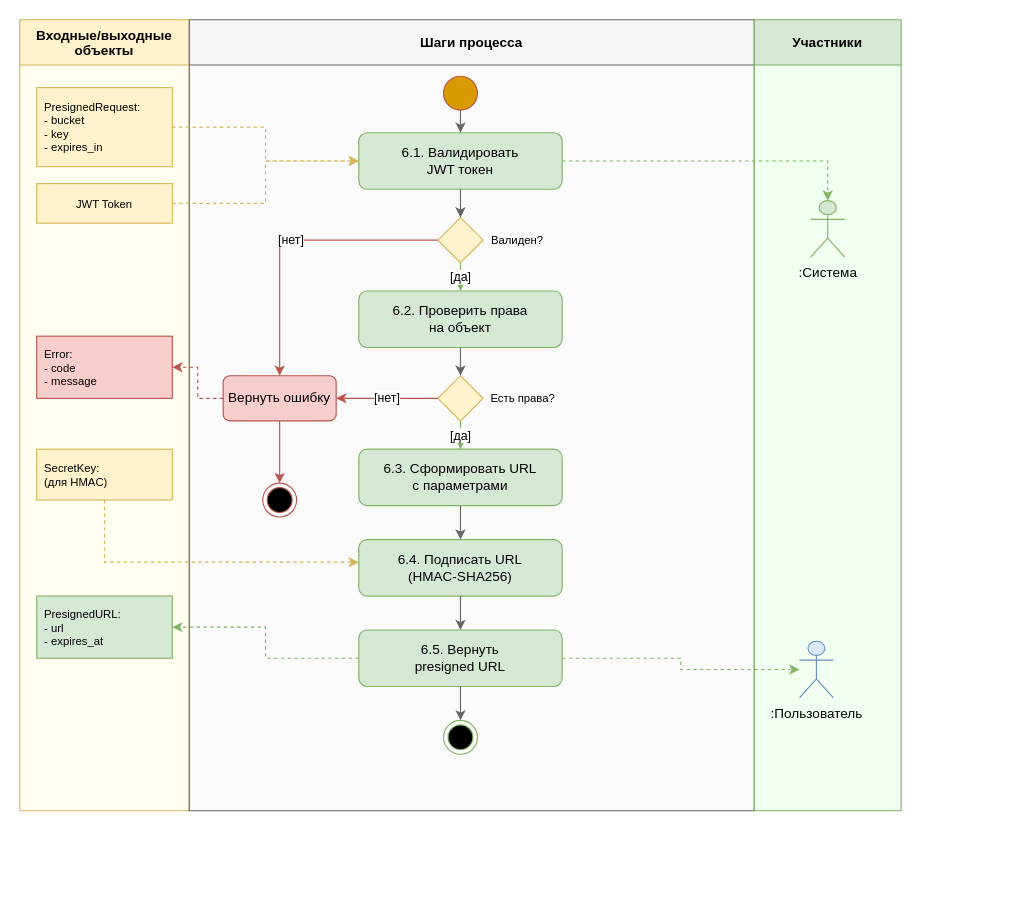
This is docs/uml/drawio/activity-tobe-06-presigned.drawio from Nice0Man/object-storage, a draw.io file, before an edit. Source tidied: cells renumbered, new cells numbered last; positions are measured from the earlier drawing's top-left corner, leaving out a move shared by most shapes. Both pictures are drawn from the tidied source at 113%, with x=0, y=0 at pixel (19, 19).
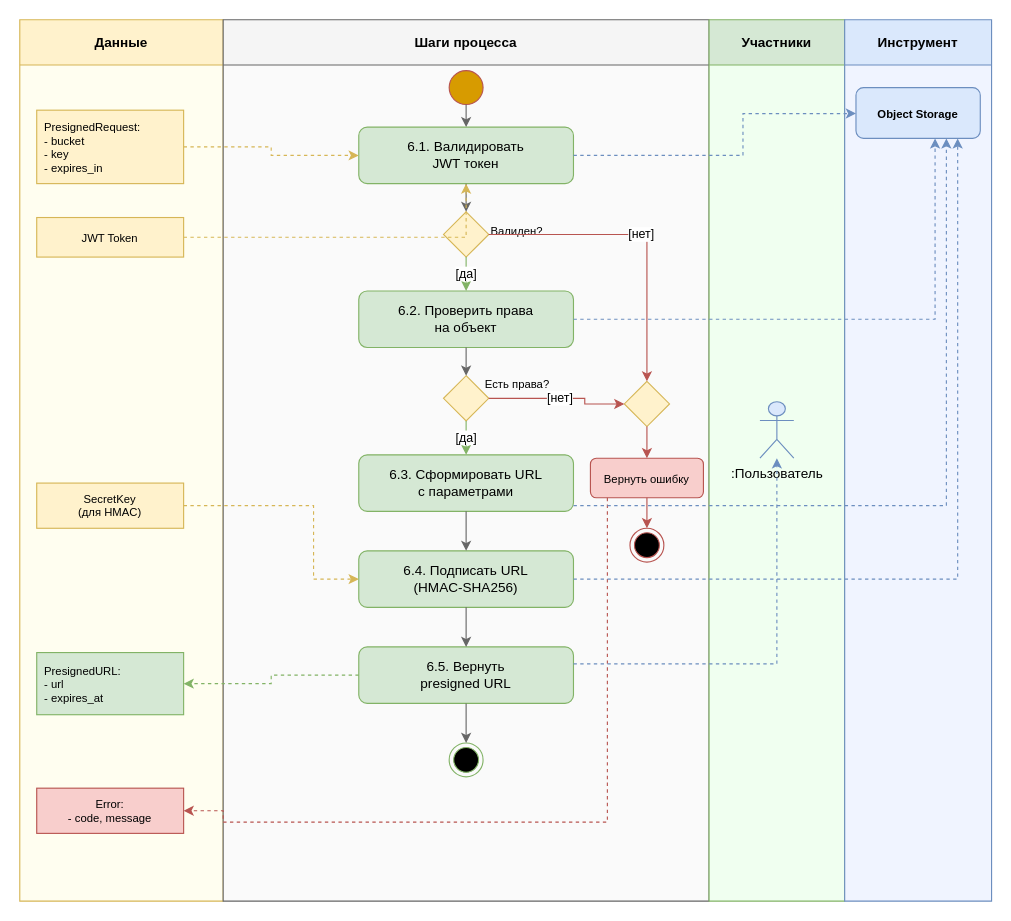
The same page after the edit.

Diff of the diagram source:
```diff
@@
-    <mxCell id="2" value="Входные/выходные&#10;объекты" style="swimlane;startSize=40;horizontal=1;fillColor=#fff2cc;strokeColor=#d6b656;fontStyle=1;swimlaneFillColor=#fffef0;" parent="1" vertex="1">
-      <mxGeometry width="150" height="700" as="geometry" />
+    <mxCell id="2" value="Данные" style="swimlane;startSize=40;horizontal=1;fillColor=#fff2cc;strokeColor=#d6b656;fontStyle=1;swimlaneFillColor=#fffef0;" parent="1" vertex="1">
+      <mxGeometry width="180" height="780" as="geometry" />
     </mxCell>
-    <mxCell id="3" value="Error:&#10;- code&#10;- message" style="rounded=0;whiteSpace=wrap;html=1;fillColor=#f8cecc;strokeColor=#b85450;align=left;spacingLeft=5;fontSize=10;" parent="2" vertex="1">
-      <mxGeometry x="15" y="280" width="120" height="55" as="geometry" />
-    </mxCell>
     <mxCell id="4" value="Шаги процесса" style="swimlane;startSize=40;horizontal=1;fillColor=#f5f5f5;strokeColor=#666666;fontStyle=1;swimlaneFillColor=#fafafa;" parent="1" vertex="1">
-      <mxGeometry x="150" width="500" height="700" as="geometry" />
+      <mxGeometry x="180" width="430" height="780" as="geometry" />
     </mxCell>
+    <mxCell id="6" style="ellipse;html=1;shape=endState;fillColor=#000000;strokeColor=#b85450;" parent="4" vertex="1">
+      <mxGeometry x="360" y="450" width="30" height="30" as="geometry" />
+    </mxCell>
-    <mxCell id="5" value="Вернуть ошибку" style="rounded=1;whiteSpace=wrap;html=1;fillColor=#f8cecc;strokeColor=#b85450;" parent="4" vertex="1">
-      <mxGeometry x="30" y="315" width="100" height="40" as="geometry" />
+    <mxCell id="5" value="Вернуть ошибку" style="rounded=1;whiteSpace=wrap;html=1;fillColor=#f8cecc;strokeColor=#b85450;fontSize=10;" parent="4" vertex="1">
+      <mxGeometry x="325" y="388" width="100" height="35" as="geometry" />
     </mxCell>
-    <mxCell id="6" style="ellipse;html=1;shape=endState;fillColor=#000000;strokeColor=#b85450;" parent="4" vertex="1">
-      <mxGeometry x="65" y="410" width="30" height="30" as="geometry" />
-    </mxCell>
@@
+    <mxCell id="22" value="Есть права?" style="text;html=1;strokeColor=none;fillColor=none;fontSize=10;" parent="4" vertex="1">
+      <mxGeometry x="230" y="310" width="65" height="25" as="geometry" />
+    </mxCell>
     <mxCell id="8" value="Участники" style="swimlane;startSize=40;horizontal=1;fillColor=#d5e8d4;strokeColor=#82b366;fontStyle=1;swimlaneFillColor=#f0fff0;" parent="1" vertex="1">
-      <mxGeometry x="650" width="130" height="700" as="geometry" />
+      <mxGeometry x="610" width="120" height="780" as="geometry" />
     </mxCell>
     <mxCell id="9" value=":Пользователь" style="shape=umlActor;verticalLabelPosition=bottom;verticalAlign=top;html=1;outlineConnect=0;fillColor=#dae8fc;strokeColor=#6c8ebf;" parent="8" vertex="1">
-      <mxGeometry x="40" y="550" width="30" height="50" as="geometry" />
+      <mxGeometry x="45" y="338" width="30" height="50" as="geometry" />
     </mxCell>
-    <mxCell id="10" value=":Система" style="shape=umlActor;verticalLabelPosition=bottom;verticalAlign=top;html=1;outlineConnect=0;fillColor=#d5e8d4;strokeColor=#82b366;" parent="1" vertex="1">
-      <mxGeometry x="700" y="160" width="30" height="50" as="geometry" />
-    </mxCell>
+    <mxCell id="43" value="Инструмент" style="swimlane;startSize=40;horizontal=1;fillColor=#dae8fc;strokeColor=#6c8ebf;fontStyle=1;swimlaneFillColor=#f0f4ff;" parent="1" vertex="1">
+      <mxGeometry x="730" width="130" height="780" as="geometry" />
+    </mxCell>
+    <mxCell id="44" value="Object Storage" style="rounded=1;whiteSpace=wrap;html=1;fillColor=#dae8fc;strokeColor=#6c8ebf;fontStyle=1;fontSize=10;" parent="43" vertex="1">
+      <mxGeometry x="10" y="60" width="110" height="45" as="geometry" />
+    </mxCell>
     <mxCell id="11" value="PresignedRequest:&#10;- bucket&#10;- key&#10;- expires_in" style="rounded=0;whiteSpace=wrap;html=1;fillColor=#fff2cc;strokeColor=#d6b656;align=left;spacingLeft=5;fontSize=10;" parent="1" vertex="1">
-      <mxGeometry x="15" y="60" width="120" height="70" as="geometry" />
+      <mxGeometry x="15" y="80" width="130" height="65" as="geometry" />
     </mxCell>
     <mxCell id="12" value="JWT Token" style="rounded=0;whiteSpace=wrap;html=1;fillColor=#fff2cc;strokeColor=#d6b656;fontSize=10;" parent="1" vertex="1">
-      <mxGeometry x="15" y="145" width="120" height="35" as="geometry" />
+      <mxGeometry x="15" y="175" width="130" height="35" as="geometry" />
     </mxCell>
-    <mxCell id="13" value="SecretKey:&#10;(для HMAC)" style="rounded=0;whiteSpace=wrap;html=1;fillColor=#fff2cc;strokeColor=#d6b656;align=left;spacingLeft=5;fontSize=10;" parent="1" vertex="1">
-      <mxGeometry x="15" y="380" width="120" height="45" as="geometry" />
+    <mxCell id="13" value="SecretKey&#10;(для HMAC)" style="rounded=0;whiteSpace=wrap;html=1;fillColor=#fff2cc;strokeColor=#d6b656;fontSize=10;" parent="1" vertex="1">
+      <mxGeometry x="15" y="410" width="130" height="40" as="geometry" />
     </mxCell>
     <mxCell id="14" value="PresignedURL:&#10;- url&#10;- expires_at" style="rounded=0;whiteSpace=wrap;html=1;fillColor=#d5e8d4;strokeColor=#82b366;align=left;spacingLeft=5;fontSize=10;" parent="1" vertex="1">
-      <mxGeometry x="15" y="510" width="120" height="55" as="geometry" />
+      <mxGeometry x="15" y="560" width="130" height="55" as="geometry" />
     </mxCell>
+    <mxCell id="3" value="Error:&#10;- code, message" style="rounded=0;whiteSpace=wrap;html=1;fillColor=#f8cecc;strokeColor=#b85450;fontSize=10;" parent="1" vertex="1">
+      <mxGeometry x="15" y="680" width="130" height="40" as="geometry" />
+    </mxCell>
     <mxCell id="15" style="ellipse;whiteSpace=wrap;html=1;fillColor=#d79b00;strokeColor=#b85450;" parent="1" vertex="1">
-      <mxGeometry x="375" y="50" width="30" height="30" as="geometry" />
+      <mxGeometry x="380" y="45" width="30" height="30" as="geometry" />
     </mxCell>
-    <mxCell id="16" style="edgeStyle=orthogonalEdgeStyle;rounded=0;jettySize=auto;html=1;exitX=1;exitY=0.5;exitDx=0;exitDy=0;strokeColor=#82b366;fontColor=#143642;fillColor=#d5e8d4;dashed=1;" parent="1" edge="1" source="17" target="10">
-      <mxGeometry relative="1" as="geometry" />
-    </mxCell>
     <mxCell id="17" value="6.1. Валидировать&#10;JWT токен" style="rounded=1;whiteSpace=wrap;html=1;fillColor=#d5e8d4;strokeColor=#82b366;" parent="1" vertex="1">
-      <mxGeometry x="300" y="100" width="180" height="50" as="geometry" />
+      <mxGeometry x="300" y="95" width="190" height="50" as="geometry" />
     </mxCell>
-    <mxCell id="18" style="rhombus;whiteSpace=wrap;html=1;fillColor=#fff2cc;strokeColor=#d6b656;" parent="1" vertex="1">
-      <mxGeometry x="370" y="175" width="40" height="40" as="geometry" />
-    </mxCell>
+    <mxCell id="45" style="rhombus;whiteSpace=wrap;html=1;fillColor=#fff2cc;strokeColor=#d6b656;" parent="1" vertex="1">
+      <mxGeometry x="375" y="170" width="40" height="40" as="geometry" />
+    </mxCell>
-    <mxCell id="19" value="Валиден?" style="text;html=1;strokeColor=none;fillColor=none;align=center;verticalAlign=middle;fontSize=10;" parent="1" vertex="1">
-      <mxGeometry x="410" y="180" width="60" height="30" as="geometry" />
+    <mxCell id="19" value="Валиден?" style="text;html=1;strokeColor=none;fillColor=none;fontSize=10;" parent="1" vertex="1">
+      <mxGeometry x="415" y="175" width="55" height="25" as="geometry" />
     </mxCell>
     <mxCell id="20" value="6.2. Проверить права&#10;на объект" style="rounded=1;whiteSpace=wrap;html=1;fillColor=#d5e8d4;strokeColor=#82b366;" parent="1" vertex="1">
-      <mxGeometry x="300" y="240" width="180" height="50" as="geometry" />
+      <mxGeometry x="300" y="240" width="190" height="50" as="geometry" />
     </mxCell>
-    <mxCell id="21" style="rhombus;whiteSpace=wrap;html=1;fillColor=#fff2cc;strokeColor=#d6b656;" parent="1" vertex="1">
-      <mxGeometry x="370" y="315" width="40" height="40" as="geometry" />
-    </mxCell>
-    <mxCell id="22" value="Есть права?" style="text;html=1;strokeColor=none;fillColor=none;align=center;verticalAlign=middle;fontSize=10;" parent="1" vertex="1">
-      <mxGeometry x="410" y="320" width="70" height="30" as="geometry" />
-    </mxCell>
+    <mxCell id="46" style="rhombus;whiteSpace=wrap;html=1;fillColor=#fff2cc;strokeColor=#d6b656;" parent="1" vertex="1">
+      <mxGeometry x="375" y="315" width="40" height="40" as="geometry" />
+    </mxCell>
     <mxCell id="23" value="6.3. Сформировать URL&#10;с параметрами" style="rounded=1;whiteSpace=wrap;html=1;fillColor=#d5e8d4;strokeColor=#82b366;" parent="1" vertex="1">
-      <mxGeometry x="300" y="380" width="180" height="50" as="geometry" />
+      <mxGeometry x="300" y="385" width="190" height="50" as="geometry" />
     </mxCell>
     <mxCell id="24" value="6.4. Подписать URL&#10;(HMAC-SHA256)" style="rounded=1;whiteSpace=wrap;html=1;fillColor=#d5e8d4;strokeColor=#82b366;" parent="1" vertex="1">
-      <mxGeometry x="300" y="460" width="180" height="50" as="geometry" />
+      <mxGeometry x="300" y="470" width="190" height="50" as="geometry" />
     </mxCell>
-    <mxCell id="25" style="edgeStyle=orthogonalEdgeStyle;rounded=0;jettySize=auto;html=1;exitX=1;exitY=0.5;exitDx=0;exitDy=0;strokeColor=#82b366;fontColor=#143642;fillColor=#d5e8d4;dashed=1;" parent="1" edge="1" source="26" target="9">
-      <mxGeometry relative="1" as="geometry" />
-    </mxCell>
     <mxCell id="26" value="6.5. Вернуть&#10;presigned URL" style="rounded=1;whiteSpace=wrap;html=1;fillColor=#d5e8d4;strokeColor=#82b366;" parent="1" vertex="1">
-      <mxGeometry x="300" y="540" width="180" height="50" as="geometry" />
+      <mxGeometry x="300" y="555" width="190" height="50" as="geometry" />
     </mxCell>
     <mxCell id="27" style="ellipse;html=1;shape=endState;fillColor=#000000;strokeColor=#82b366;" parent="1" vertex="1">
-      <mxGeometry x="375" y="620" width="30" height="30" as="geometry" />
+      <mxGeometry x="380" y="640" width="30" height="30" as="geometry" />
     </mxCell>
+    <mxCell id="47" style="rhombus;whiteSpace=wrap;html=1;fillColor=#fff2cc;strokeColor=#d6b656;" parent="1" vertex="1">
+      <mxGeometry x="535" y="320" width="40" height="40" as="geometry" />
+    </mxCell>
@@
-    <mxCell id="29" style="edgeStyle=orthogonalEdgeStyle;rounded=0;html=1;strokeColor=#666666;" parent="1" edge="1" source="17" target="18">
-      <mxGeometry relative="1" as="geometry" />
-    </mxCell>
-    <mxCell id="30" value="[да]" style="edgeStyle=orthogonalEdgeStyle;rounded=0;html=1;strokeColor=#82b366;" parent="1" edge="1" source="18" target="20">
-      <mxGeometry relative="1" as="geometry" />
-    </mxCell>
-    <mxCell id="31" value="[нет]" style="edgeStyle=orthogonalEdgeStyle;rounded=0;html=1;strokeColor=#b85450;" parent="1" edge="1" source="18" target="5">
-      <mxGeometry relative="1" as="geometry" />
-    </mxCell>
-    <mxCell id="32" style="edgeStyle=orthogonalEdgeStyle;rounded=0;html=1;strokeColor=#666666;" parent="1" edge="1" source="20" target="21">
-      <mxGeometry relative="1" as="geometry" />
-    </mxCell>
-    <mxCell id="33" value="[да]" style="edgeStyle=orthogonalEdgeStyle;rounded=0;html=1;strokeColor=#82b366;" parent="1" edge="1" source="21" target="23">
-      <mxGeometry relative="1" as="geometry" />
-    </mxCell>
-    <mxCell id="34" value="[нет]" style="edgeStyle=orthogonalEdgeStyle;rounded=0;html=1;strokeColor=#b85450;" parent="1" edge="1" source="21" target="5">
-      <mxGeometry relative="1" as="geometry" />
-    </mxCell>
+    <mxCell id="48" style="edgeStyle=orthogonalEdgeStyle;rounded=0;html=1;strokeColor=#666666;" parent="1" edge="1" source="17" target="45">
+      <mxGeometry relative="1" as="geometry" />
+    </mxCell>
+    <mxCell id="49" value="[да]" style="edgeStyle=orthogonalEdgeStyle;rounded=0;html=1;strokeColor=#82b366;" parent="1" edge="1" source="45" target="20">
+      <mxGeometry relative="1" as="geometry" />
+    </mxCell>
+    <mxCell id="50" value="[нет]" style="edgeStyle=orthogonalEdgeStyle;rounded=0;html=1;strokeColor=#b85450;exitX=1;exitY=0.5;exitDx=0;exitDy=0;" parent="1" edge="1" source="45" target="47">
+      <mxGeometry relative="1" as="geometry" />
+    </mxCell>
+    <mxCell id="51" style="edgeStyle=orthogonalEdgeStyle;rounded=0;html=1;strokeColor=#666666;" parent="1" edge="1" source="20" target="46">
+      <mxGeometry relative="1" as="geometry" />
+    </mxCell>
+    <mxCell id="52" value="[да]" style="edgeStyle=orthogonalEdgeStyle;rounded=0;html=1;strokeColor=#82b366;" parent="1" edge="1" source="46" target="23">
+      <mxGeometry relative="1" as="geometry" />
+    </mxCell>
+    <mxCell id="53" value="[нет]" style="edgeStyle=orthogonalEdgeStyle;rounded=0;html=1;strokeColor=#b85450;exitX=1;exitY=0.5;exitDx=0;exitDy=0;entryX=0;entryY=0.5;entryDx=0;entryDy=0;" parent="1" edge="1" source="46" target="47">
+      <mxGeometry relative="1" as="geometry">
+        <Array as="points">
+          <mxPoint x="500" y="335" />
+          <mxPoint x="500" y="340" />
+        </Array>
+      </mxGeometry>
+    </mxCell>
+    <mxCell id="54" style="edgeStyle=orthogonalEdgeStyle;rounded=0;html=1;strokeColor=#b85450;" parent="1" edge="1" source="47" target="5">
+      <mxGeometry relative="1" as="geometry" />
+    </mxCell>
@@
     <mxCell id="40" style="edgeStyle=orthogonalEdgeStyle;rounded=0;html=1;dashed=1;strokeColor=#d6b656;" parent="1" edge="1" source="13" target="24">
       <mxGeometry relative="1" as="geometry">
         <Array as="points">
-          <mxPoint x="75" y="480" />
+          <mxPoint x="260" y="430" />
+          <mxPoint x="260" y="495" />
         </Array>
       </mxGeometry>
     </mxCell>
@@
     <mxCell id="42" style="edgeStyle=orthogonalEdgeStyle;rounded=0;html=1;dashed=1;strokeColor=#b85450;" parent="1" edge="1" source="5" target="3">
-      <mxGeometry relative="1" as="geometry" />
+      <mxGeometry relative="1" as="geometry">
+        <Array as="points">
+          <mxPoint x="520" y="710" />
+          <mxPoint x="180" y="710" />
+          <mxPoint x="180" y="700" />
+        </Array>
+      </mxGeometry>
     </mxCell>
+    <mxCell id="25" style="edgeStyle=orthogonalEdgeStyle;rounded=0;html=1;dashed=1;strokeColor=#6c8ebf;" parent="1" edge="1" source="26" target="9">
+      <mxGeometry relative="1" as="geometry">
+        <Array as="points">
+          <mxPoint x="670" y="570" />
+        </Array>
+      </mxGeometry>
+    </mxCell>
+    <mxCell id="55" style="edgeStyle=orthogonalEdgeStyle;rounded=0;html=1;dashed=1;strokeColor=#6c8ebf;" parent="1" edge="1" source="17" target="44">
+      <mxGeometry relative="1" as="geometry">
+        <Array as="points">
+          <mxPoint x="640" y="120" />
+          <mxPoint x="640" y="83" />
+        </Array>
+      </mxGeometry>
+    </mxCell>
+    <mxCell id="56" style="edgeStyle=orthogonalEdgeStyle;rounded=0;html=1;dashed=1;strokeColor=#6c8ebf;" parent="1" edge="1" source="20" target="44">
+      <mxGeometry relative="1" as="geometry">
+        <Array as="points">
+          <mxPoint x="810" y="265" />
+        </Array>
+      </mxGeometry>
+    </mxCell>
+    <mxCell id="57" style="edgeStyle=orthogonalEdgeStyle;rounded=0;html=1;dashed=1;strokeColor=#6c8ebf;" parent="1" edge="1" source="23" target="44">
+      <mxGeometry relative="1" as="geometry">
+        <Array as="points">
+          <mxPoint x="820" y="430" />
+        </Array>
+      </mxGeometry>
+    </mxCell>
+    <mxCell id="58" style="edgeStyle=orthogonalEdgeStyle;rounded=0;html=1;dashed=1;strokeColor=#6c8ebf;" parent="1" edge="1" source="24" target="44">
+      <mxGeometry relative="1" as="geometry">
+        <Array as="points">
+          <mxPoint x="830" y="495" />
+        </Array>
+      </mxGeometry>
+    </mxCell>
```
